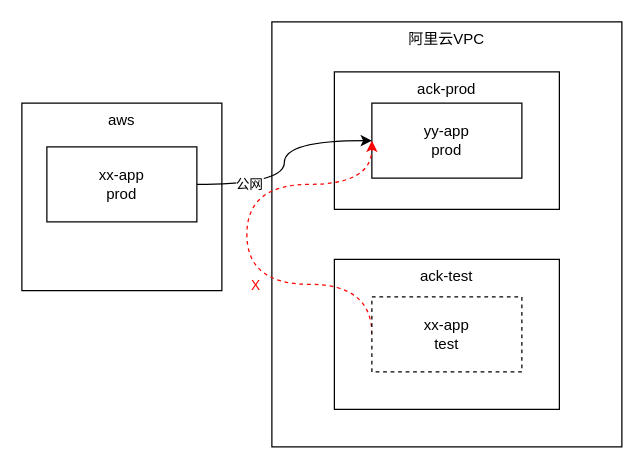
catface996/images keeps this draw.io diagram as 腾云项目验证期间-网络隔离方案.drawio. Above is the earlier version. Source tidied: cells renumbered, new cells numbered last; positions are measured from the earlier drawing's top-left corner, leaving out a move shared by most shapes. Both pictures are drawn from the tidied source at 125%, with x=0, y=0 at pixel (21, 21).
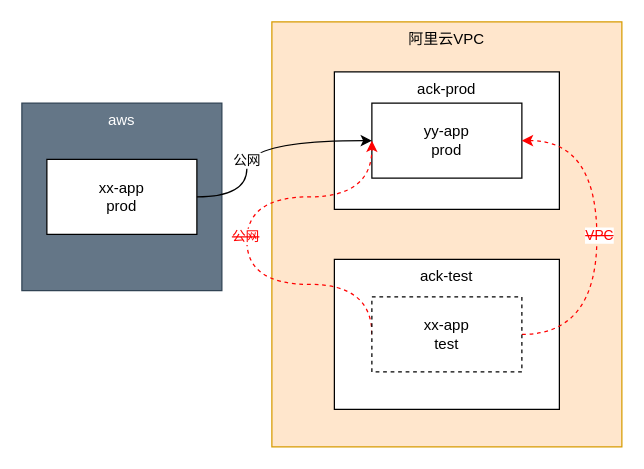
Above is the later version.

Commit message (it also covers changes not shown here):
更新腾云项目验证期间-网络隔离方案.drawio

The change refers to these unchanged cells:
```xml
<mxCell id="6" value="yy-app&lt;br&gt;prod" style="rounded=0;whiteSpace=wrap;html=1;" parent="1" vertex="1">
  <mxGeometry x="280" y="65" width="120" height="60" as="geometry" />
</mxCell>
<mxCell id="12" value="xx-app&lt;br&gt;test" style="rounded=0;whiteSpace=wrap;html=1;dashed=1;" parent="1" vertex="1">
  <mxGeometry x="280" y="220" width="120" height="60" as="geometry" />
</mxCell>
```

The edit, as a diff of the source:
```diff
@@
-    <mxCell id="2" value="aws" style="rounded=0;whiteSpace=wrap;html=1;verticalAlign=top;" parent="1" vertex="1">
+    <mxCell id="2" value="aws" style="rounded=0;whiteSpace=wrap;html=1;verticalAlign=top;fillColor=#647687;fontColor=#ffffff;strokeColor=#314354;" parent="1" vertex="1">
       <mxGeometry y="65" width="160" height="150" as="geometry" />
     </mxCell>
-    <mxCell id="3" value="阿里云VPC" style="rounded=0;whiteSpace=wrap;html=1;align=center;verticalAlign=top;" parent="1" vertex="1">
+    <mxCell id="3" value="阿里云VPC" style="rounded=0;whiteSpace=wrap;html=1;align=center;verticalAlign=top;fillColor=#ffe6cc;strokeColor=#d79b00;" parent="1" vertex="1">
       <mxGeometry x="200" width="280" height="340" as="geometry" />
     </mxCell>
     <mxCell id="4" value="xx-app&lt;br&gt;prod" style="rounded=0;whiteSpace=wrap;html=1;" parent="1" vertex="1">
-      <mxGeometry x="20" y="100" width="120" height="60" as="geometry" />
+      <mxGeometry x="20" y="110" width="120" height="60" as="geometry" />
     </mxCell>
@@
     <mxCell id="7" style="edgeStyle=orthogonalEdgeStyle;rounded=0;jettySize=auto;html=1;entryX=0;entryY=0.5;entryDx=0;entryDy=0;curved=1;" parent="1" edge="1" source="4" target="6">
-      <mxGeometry relative="1" as="geometry" />
+      <mxGeometry relative="1" as="geometry">
+        <Array as="points">
+          <mxPoint x="180" y="140" />
+          <mxPoint x="180" y="95" />
+        </Array>
+      </mxGeometry>
     </mxCell>
     <mxCell id="8" value="公网" style="edgeLabel;html=1;align=center;verticalAlign=middle;fontColor=#000000;" parent="7" vertex="1">
-      <mxGeometry x="-0.53" y="1" relative="1" as="geometry" />
+      <mxGeometry x="-0.53" y="1" relative="1" as="geometry">
+        <mxPoint y="-27" as="offset" />
+      </mxGeometry>
     </mxCell>
@@
     <mxCell id="10" style="edgeStyle=orthogonalEdgeStyle;curved=1;rounded=0;jettySize=auto;html=1;entryX=0;entryY=0.5;entryDx=0;entryDy=0;exitX=0;exitY=0.5;exitDx=0;exitDy=0;dashed=1;strokeColor=#FF0000;" parent="1" edge="1" source="12" target="6">
       <mxGeometry relative="1" as="geometry">
         <Array as="points">
+          <mxPoint x="280" y="210" />
           <mxPoint x="180" y="210" />
-          <mxPoint x="180" y="130" />
-          <mxPoint x="280" y="130" />
+          <mxPoint x="180" y="140" />
+          <mxPoint x="280" y="140" />
         </Array>
       </mxGeometry>
     </mxCell>
-    <mxCell id="11" value="X" style="edgeLabel;html=1;align=center;verticalAlign=middle;fontColor=#FF0000;" parent="10" vertex="1">
-      <mxGeometry x="-0.21" y="-6" relative="1" as="geometry" />
-    </mxCell>
+    <mxCell id="13" value="&lt;strike&gt;公网&lt;/strike&gt;" style="edgeLabel;html=1;align=center;verticalAlign=middle;fontColor=#FF0000;" parent="10" vertex="1">
+      <mxGeometry x="0.01" y="2" relative="1" as="geometry" />
+    </mxCell>
+    <mxCell id="14" style="edgeStyle=orthogonalEdgeStyle;curved=1;rounded=0;jettySize=auto;html=1;entryX=1;entryY=0.5;entryDx=0;entryDy=0;dashed=1;strokeColor=#FF0000;fontColor=#000000;exitX=1;exitY=0.5;exitDx=0;exitDy=0;" parent="1" edge="1" source="12" target="6">
+      <mxGeometry relative="1" as="geometry">
+        <Array as="points">
+          <mxPoint x="460" y="250" />
+          <mxPoint x="460" y="95" />
+        </Array>
+      </mxGeometry>
+    </mxCell>
+    <mxCell id="15" value="&lt;strike&gt;VPC&lt;/strike&gt;" style="edgeLabel;html=1;align=center;verticalAlign=middle;fontColor=#FF0000;" parent="14" vertex="1">
+      <mxGeometry x="0.02" y="-1" relative="1" as="geometry" />
+    </mxCell>
```
